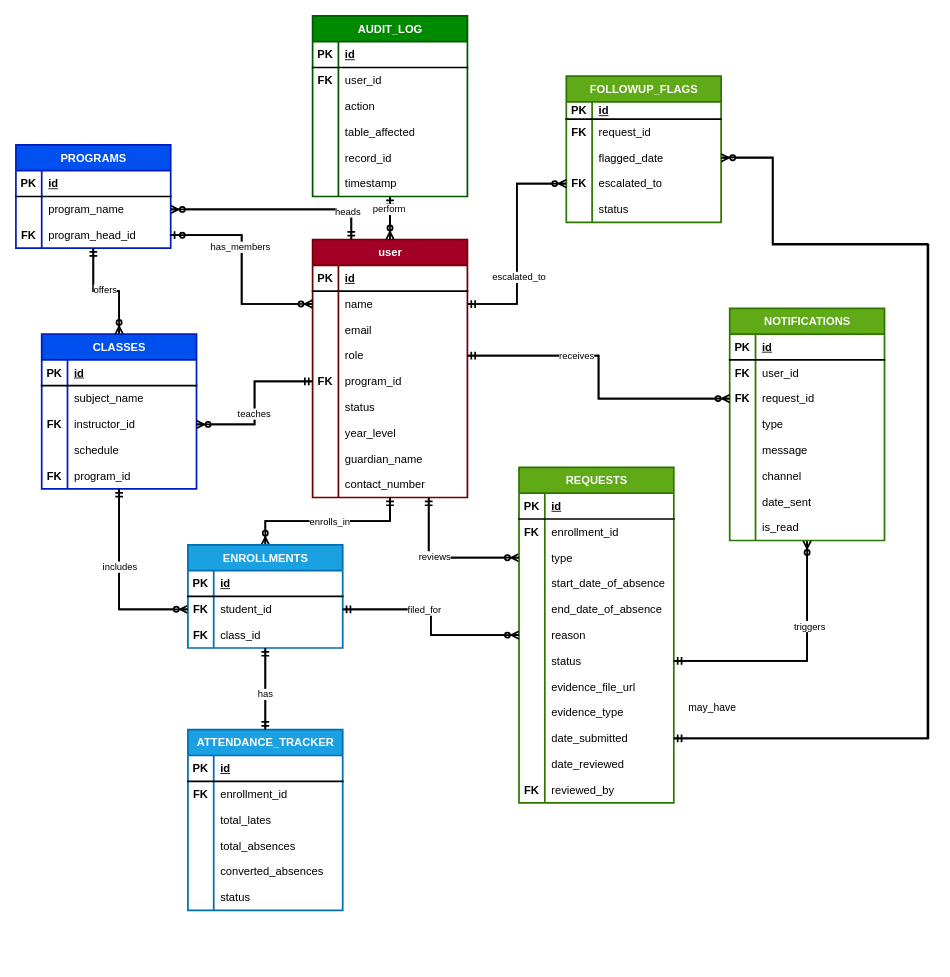
Before: backend/ERD.drawio in maki-sushi-distro/Absenteeism-Late-Report-and-Excuse-Letter-Management-Process-ALRM, a draw.io diagram. Source tidied: cells renumbered, new cells numbered last; positions are measured from the earlier drawing's top-left corner, leaving out a move shared by most shapes. Both pictures are drawn from the tidied source at 86%, with x=0, y=0 at pixel (15, 15).
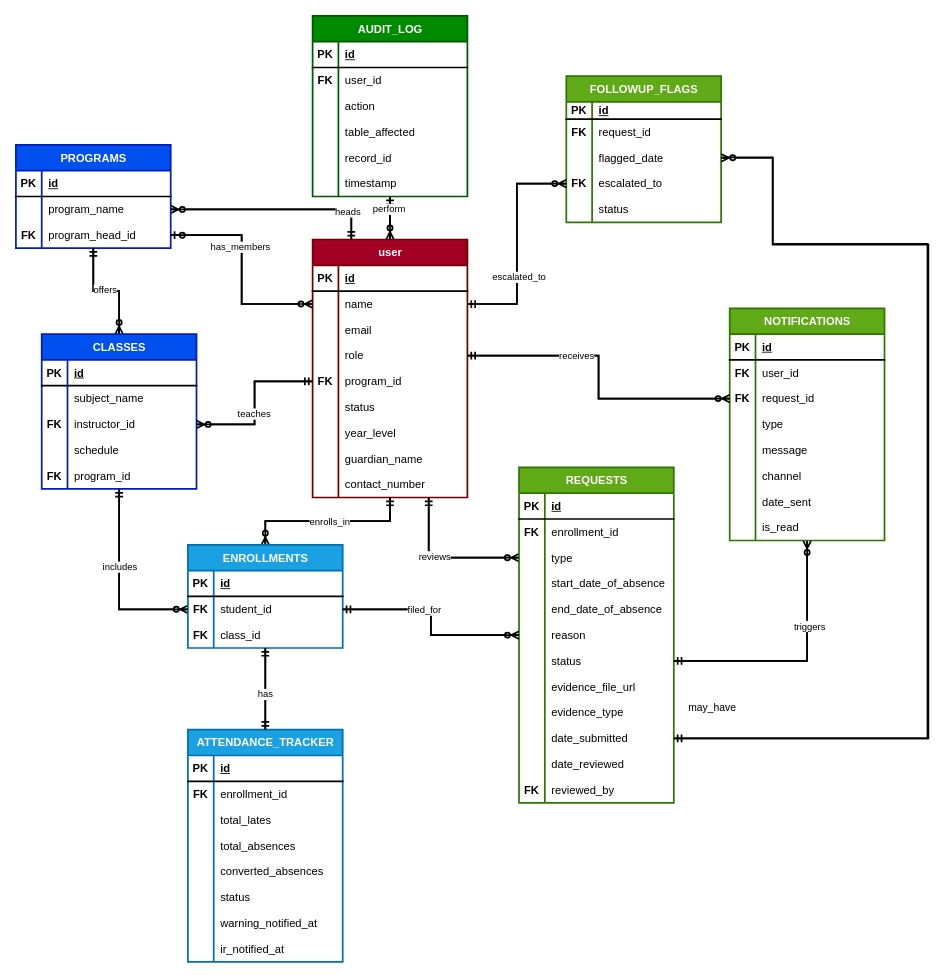
The same page after the edit.

The edit, as a diff of the source:
```diff
@@
     <mxCell id="177" value="&lt;div&gt;ATTENDANCE_TRACKER&lt;/div&gt;" style="shape=table;startSize=30;childLayout=tableLayout;rowLines=0;fontStyle=1;align=center;html=1;fillColor=#1ba1e2;fontColor=#ffffff;strokeColor=#006EAF;fontSize=13;verticalAlign=middle;strokeWidth=2;" parent="1" vertex="1">
-      <mxGeometry x="200" y="830" width="180" height="210" as="geometry" />
+      <mxGeometry x="200" y="830" width="180" height="270" as="geometry" />
     </mxCell>
@@
+    <mxCell id="224" style="shape=tableRow;horizontal=0;startSize=0;swimlaneHead=0;swimlaneBody=0;fillColor=none;top=0;left=0;right=0;bottom=0;fontSize=13;verticalAlign=middle;strokeWidth=2;" parent="177" vertex="1">
+      <mxGeometry y="210" width="180" height="30" as="geometry" />
+    </mxCell>
+    <mxCell id="225" style="shape=partialRectangle;fillColor=none;top=0;left=0;bottom=0;right=0;overflow=hidden;whiteSpace=wrap;html=1;fontSize=13;verticalAlign=middle;strokeWidth=2;" parent="224" vertex="1">
+      <mxGeometry width="30" height="30" as="geometry" />
+    </mxCell>
+    <mxCell id="226" value="&lt;div&gt;warning_notified_at&lt;/div&gt;" style="shape=partialRectangle;fillColor=none;top=0;left=0;bottom=0;right=0;align=left;spacingLeft=6;overflow=hidden;whiteSpace=wrap;html=1;fontSize=13;verticalAlign=middle;strokeWidth=2;" parent="224" vertex="1">
+      <mxGeometry x="30" width="150" height="30" as="geometry" />
+    </mxCell>
+    <mxCell id="227" style="shape=tableRow;horizontal=0;startSize=0;swimlaneHead=0;swimlaneBody=0;fillColor=none;top=0;left=0;right=0;bottom=0;fontSize=13;verticalAlign=middle;strokeWidth=2;" parent="177" vertex="1">
+      <mxGeometry y="240" width="180" height="30" as="geometry" />
+    </mxCell>
+    <mxCell id="228" style="shape=partialRectangle;fillColor=none;top=0;left=0;bottom=0;right=0;overflow=hidden;whiteSpace=wrap;html=1;fontSize=13;verticalAlign=middle;strokeWidth=2;" parent="227" vertex="1">
+      <mxGeometry width="30" height="30" as="geometry" />
+    </mxCell>
+    <mxCell id="229" value="&lt;div&gt;ir_notified_at&lt;/div&gt;" style="shape=partialRectangle;fillColor=none;top=0;left=0;bottom=0;right=0;align=left;spacingLeft=6;overflow=hidden;whiteSpace=wrap;html=1;fontSize=13;verticalAlign=middle;strokeWidth=2;" parent="227" vertex="1">
+      <mxGeometry x="30" width="150" height="30" as="geometry" />
+    </mxCell>
```
